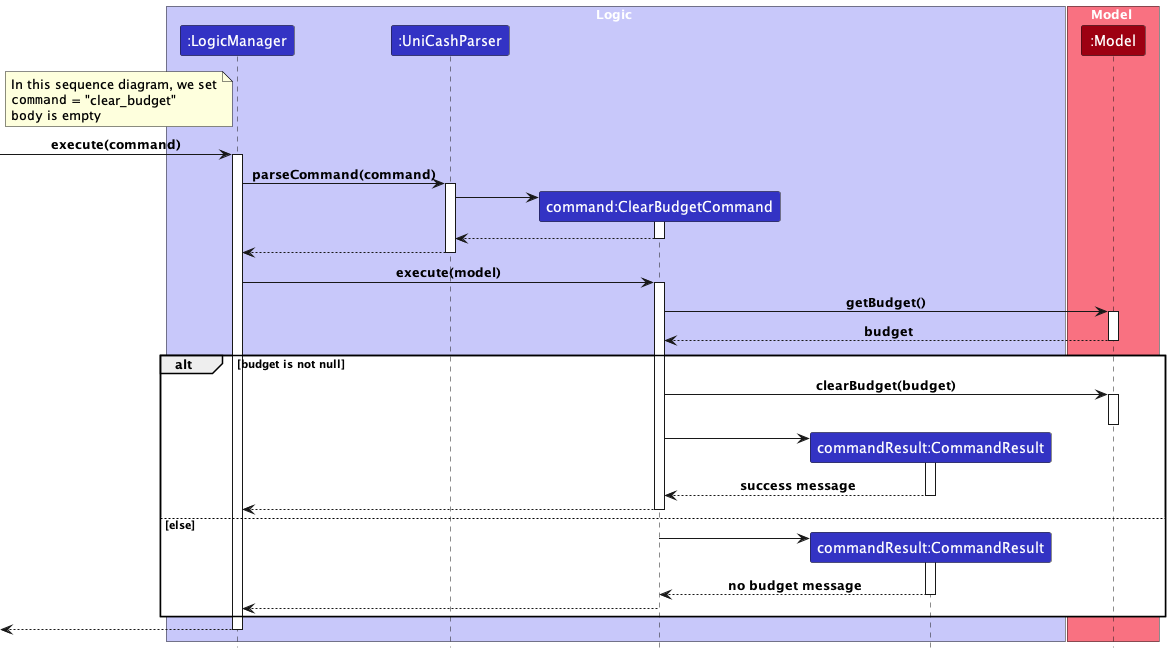
This is docs/images/unicash/budget-management/ClearBudgetSequenceDiagram.png from woojiahao/tp, a PlantUML export, as it was before one commit. The source it was exported from:
```plantuml
@startuml
!include ../../style.puml

skinparam noteTextAlignment left

box Logic LOGIC_COLOR_T1
participant ":LogicManager" as LogicManager LOGIC_COLOR
participant ":UniCashParser" as UniCashParser LOGIC_COLOR
participant "command:ClearBudgetCommand" as ClearBudgetCommand LOGIC_COLOR
participant "commandResult:CommandResult" as CommandResult LOGIC_COLOR


end box

box Model MODEL_COLOR_T1
participant ":Model" as Model MODEL_COLOR
end box

note left LogicManager
In this sequence diagram, we set
""command"" = "clear_budget"
""body"" is empty
end note

[-> LogicManager : execute(command)
activate LogicManager

LogicManager -> UniCashParser : parseCommand(command)
activate UniCashParser

create ClearBudgetCommand
UniCashParser -> ClearBudgetCommand
activate ClearBudgetCommand
ClearBudgetCommand --> UniCashParser
deactivate ClearBudgetCommand

UniCashParser --> LogicManager
deactivate UniCashParser

LogicManager -> ClearBudgetCommand : execute(model)
activate ClearBudgetCommand

ClearBudgetCommand -> Model : getBudget()
activate Model
Model --> ClearBudgetCommand : budget
deactivate Model

alt budget is not null

    ClearBudgetCommand -> Model : clearBudget(budget)
    activate Model
    deactivate Model

    create CommandResult
    ClearBudgetCommand -> CommandResult
    activate CommandResult

    CommandResult --> ClearBudgetCommand : success message
    deactivate CommandResult

    ClearBudgetCommand --> LogicManager
    deactivate ClearBudgetCommand

else else

    create CommandResult
    ClearBudgetCommand -> CommandResult
    activate CommandResult

    CommandResult --> ClearBudgetCommand : no budget message
    deactivate CommandResult

    ClearBudgetCommand --> LogicManager
    deactivate ClearBudgetCommand

end

[<--LogicManager
deactivate LogicManager
@enduml
```
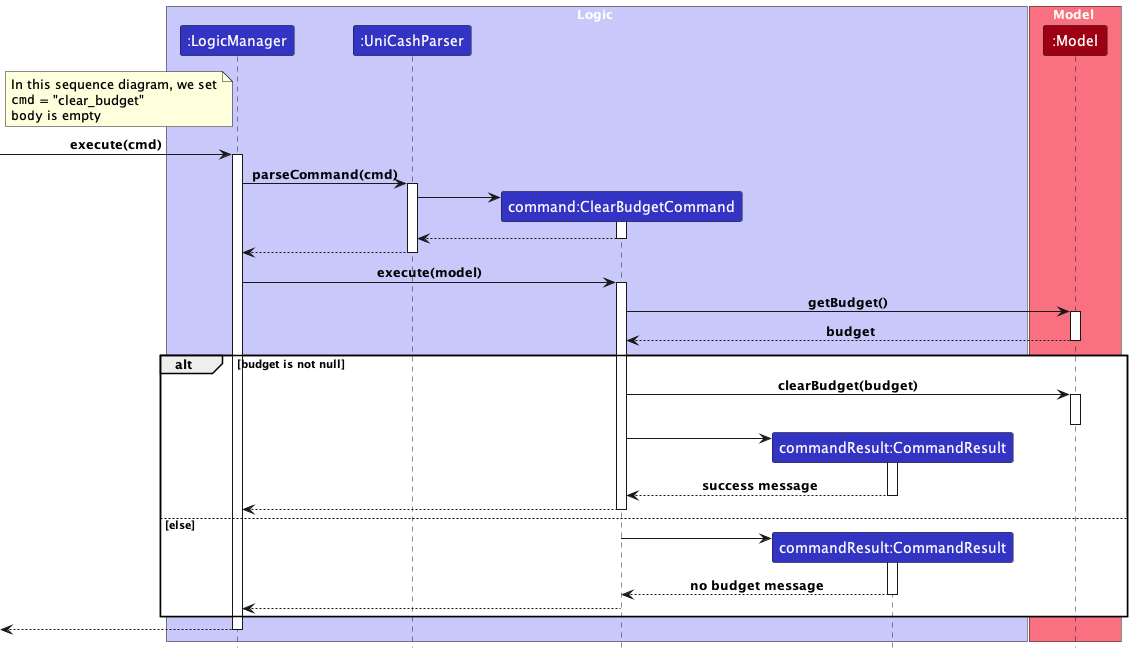
After the commit.

Commit message:
Rename input command to cmd

Change to the diagram source:
```diff
@@ -18,14 +18,14 @@
 
 note left LogicManager
 In this sequence diagram, we set
-""command"" = "clear_budget"
+""cmd"" = "clear_budget"
 ""body"" is empty
 end note
 
-[-> LogicManager : execute(command)
+[-> LogicManager : execute(cmd)
 activate LogicManager
 
-LogicManager -> UniCashParser : parseCommand(command)
+LogicManager -> UniCashParser : parseCommand(cmd)
 activate UniCashParser
 
 create ClearBudgetCommand
```
